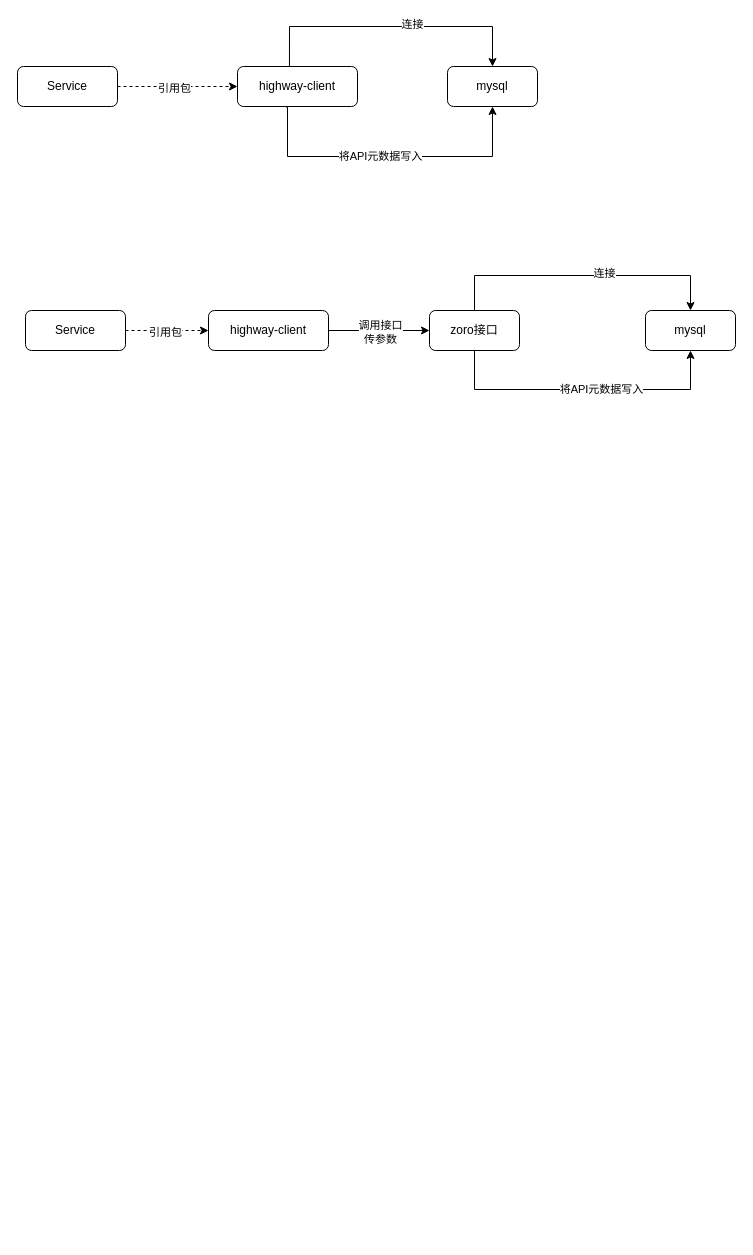
This is highway-client-old.drawio from gitcodeporter/draw-uml, a draw.io file, before an edit. Source tidied: cells renumbered, new cells numbered last; positions are measured from the earlier drawing's top-left corner, leaving out a move shared by most shapes. Both pictures are drawn from the tidied source at 100%, with x=0, y=0 at pixel (17, 26).
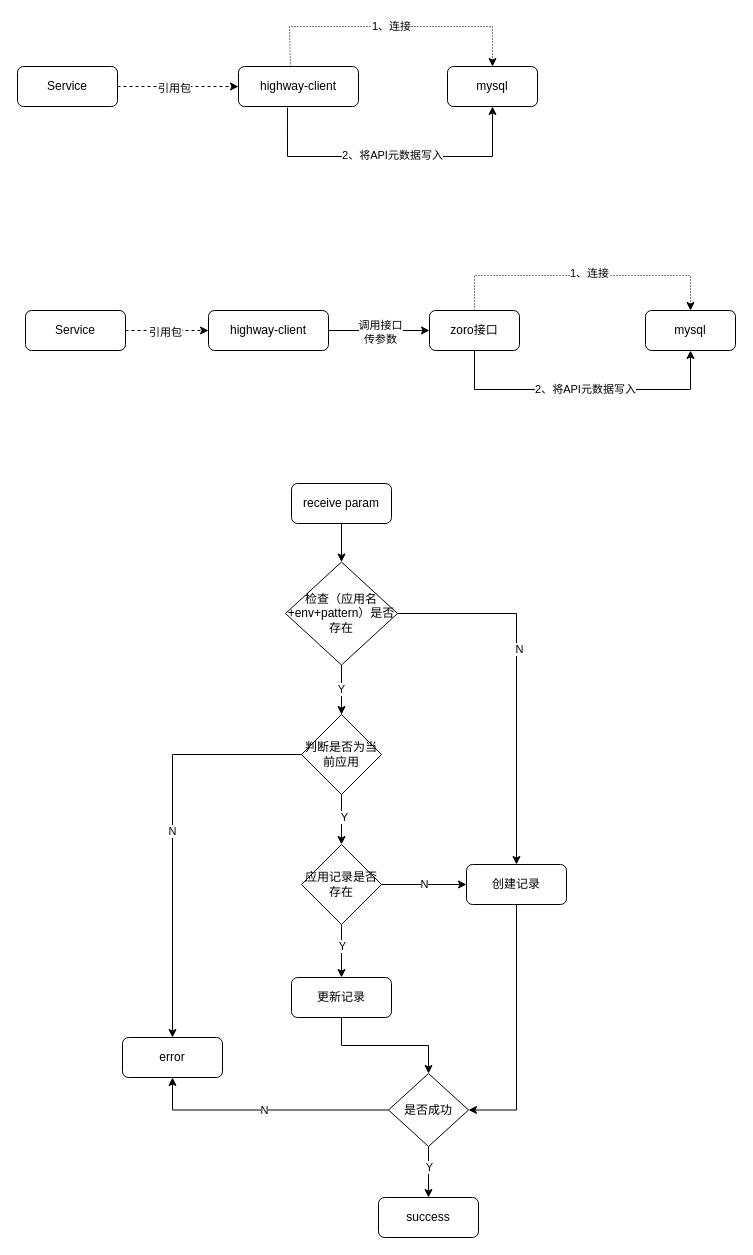
After the change.

Unchanged cells that the change refers to:
```xml
<mxCell id="7" style="edgeStyle=orthogonalEdgeStyle;rounded=0;jettySize=auto;html=1;entryX=0.5;entryY=1;entryDx=0;entryDy=0;exitX=0.408;exitY=1.025;exitDx=0;exitDy=0;exitPerimeter=0;endSize=6;" parent="1" edge="1" source="9" target="10">
  <mxGeometry relative="1" as="geometry">
    <Array as="points">
      <mxPoint x="270" y="81" />
      <mxPoint x="270" y="130" />
      <mxPoint x="475" y="130" />
    </Array>
  </mxGeometry>
</mxCell>
<mxCell id="10" value="mysql" style="rounded=1;whiteSpace=wrap;html=1;fontSize=12;glass=0;strokeWidth=1;shadow=0;" parent="1" vertex="1">
  <mxGeometry x="430" y="40" width="90" height="40" as="geometry" />
</mxCell>
<mxCell id="16" style="edgeStyle=orthogonalEdgeStyle;rounded=0;jettySize=auto;html=1;entryX=0.5;entryY=1;entryDx=0;entryDy=0;exitX=0.5;exitY=1;exitDx=0;exitDy=0;endSize=6;" parent="1" edge="1" source="22" target="21">
  <mxGeometry relative="1" as="geometry">
    <Array as="points">
      <mxPoint x="457" y="363" />
      <mxPoint x="673" y="363" />
    </Array>
  </mxGeometry>
</mxCell>
<mxCell id="21" value="mysql" style="rounded=1;whiteSpace=wrap;html=1;fontSize=12;glass=0;strokeWidth=1;shadow=0;" parent="1" vertex="1">
  <mxGeometry x="628" y="284" width="90" height="40" as="geometry" />
</mxCell>
<mxCell id="22" value="zoro接口" style="rounded=1;whiteSpace=wrap;html=1;fontSize=12;glass=0;strokeWidth=1;shadow=0;" parent="1" vertex="1">
  <mxGeometry x="412" y="284" width="90" height="40" as="geometry" />
</mxCell>
```

What changed in the source:
```diff
@@
-    <mxCell id="5" style="edgeStyle=orthogonalEdgeStyle;rounded=0;jettySize=auto;html=1;entryX=0.5;entryY=0;entryDx=0;entryDy=0;exitX=0.433;exitY=0;exitDx=0;exitDy=0;exitPerimeter=0;" parent="1" edge="1" source="9" target="10">
+    <mxCell id="5" value="1、连接" style="edgeStyle=orthogonalEdgeStyle;rounded=0;jettySize=auto;html=1;entryX=0.5;entryY=0;entryDx=0;entryDy=0;exitX=0.433;exitY=0;exitDx=0;exitDy=0;exitPerimeter=0;dashed=1;dashPattern=1 2;" parent="1" edge="1" source="9" target="10">
       <mxGeometry relative="1" as="geometry">
         <Array as="points">
           <mxPoint x="272" />
           <mxPoint x="475" />
         </Array>
       </mxGeometry>
     </mxCell>
-    <mxCell id="6" value="连接" style="edgeLabel;html=1;align=center;verticalAlign=middle;" parent="5" vertex="1">
-      <mxGeometry x="0.15" y="3" relative="1" as="geometry" />
-    </mxCell>
@@
-    <mxCell id="8" value="将API元数据写入" style="edgeLabel;html=1;align=center;verticalAlign=middle;" parent="7" vertex="1">
+    <mxCell id="8" value="2、将API元数据写入" style="edgeLabel;html=1;align=center;verticalAlign=middle;" parent="7" vertex="1">
       <mxGeometry x="-0.44" y="1" relative="1" as="geometry">
-        <mxPoint x="58" as="offset" />
+        <mxPoint x="69" y="-1" as="offset" />
       </mxGeometry>
     </mxCell>
     <mxCell id="9" value="highway-client" style="rounded=1;whiteSpace=wrap;html=1;fontSize=12;glass=0;strokeWidth=1;shadow=0;" parent="1" vertex="1">
-      <mxGeometry x="220" y="40" width="120" height="40" as="geometry" />
+      <mxGeometry x="221" y="40" width="120" height="40" as="geometry" />
     </mxCell>
@@
-    <mxCell id="14" style="edgeStyle=orthogonalEdgeStyle;rounded=0;jettySize=auto;html=1;entryX=0.5;entryY=0;entryDx=0;entryDy=0;exitX=0.5;exitY=0;exitDx=0;exitDy=0;" parent="1" edge="1" source="22" target="21">
+    <mxCell id="14" style="edgeStyle=orthogonalEdgeStyle;rounded=0;jettySize=auto;html=1;entryX=0.5;entryY=0;entryDx=0;entryDy=0;exitX=0.5;exitY=0;exitDx=0;exitDy=0;dashed=1;dashPattern=1 2;" parent="1" edge="1" source="22" target="21">
       <mxGeometry relative="1" as="geometry">
         <Array as="points">
           <mxPoint x="457" y="249" />
           <mxPoint x="673" y="249" />
         </Array>
       </mxGeometry>
     </mxCell>
-    <mxCell id="15" value="连接" style="edgeLabel;html=1;align=center;verticalAlign=middle;" parent="14" vertex="1">
-      <mxGeometry x="0.15" y="3" relative="1" as="geometry" />
+    <mxCell id="15" value="1、连接" style="edgeLabel;html=1;align=center;verticalAlign=middle;" parent="14" vertex="1">
+      <mxGeometry x="0.15" y="3" relative="1" as="geometry">
+        <mxPoint x="-15" as="offset" />
+      </mxGeometry>
     </mxCell>
@@
-    <mxCell id="17" value="将API元数据写入" style="edgeLabel;html=1;align=center;verticalAlign=middle;rotation=0;" parent="16" vertex="1">
+    <mxCell id="17" value="2、将API元数据写入" style="edgeLabel;html=1;align=center;verticalAlign=middle;rotation=0;" parent="16" vertex="1">
       <mxGeometry x="-0.44" y="1" relative="1" as="geometry">
-        <mxPoint x="83" as="offset" />
+        <mxPoint x="67" as="offset" />
       </mxGeometry>
     </mxCell>
@@
+    <mxCell id="23" style="edgeStyle=orthogonalEdgeStyle;rounded=0;jettySize=auto;html=1;exitX=0.5;exitY=1;exitDx=0;exitDy=0;entryX=0.5;entryY=0;entryDx=0;entryDy=0;endSize=6;" parent="1" edge="1" source="24" target="29">
+      <mxGeometry relative="1" as="geometry" />
+    </mxCell>
+    <mxCell id="24" value="receive param" style="rounded=1;whiteSpace=wrap;html=1;fontSize=12;glass=0;strokeWidth=1;shadow=0;" parent="1" vertex="1">
+      <mxGeometry x="274" y="457" width="100" height="40" as="geometry" />
+    </mxCell>
+    <mxCell id="25" style="edgeStyle=orthogonalEdgeStyle;rounded=0;jettySize=auto;html=1;endSize=6;" parent="1" edge="1" source="29" target="34">
+      <mxGeometry relative="1" as="geometry" />
+    </mxCell>
+    <mxCell id="26" value="Y" style="edgeLabel;html=1;align=center;verticalAlign=middle;" parent="25" vertex="1">
+      <mxGeometry x="-0.05" y="-1" relative="1" as="geometry" />
+    </mxCell>
+    <mxCell id="27" style="edgeStyle=orthogonalEdgeStyle;rounded=0;jettySize=auto;html=1;endSize=6;" parent="1" edge="1" source="29" target="40">
+      <mxGeometry relative="1" as="geometry" />
+    </mxCell>
+    <mxCell id="28" value="N" style="edgeLabel;html=1;align=center;verticalAlign=middle;" parent="27" vertex="1">
+      <mxGeometry x="-0.17" y="2" relative="1" as="geometry" />
+    </mxCell>
+    <mxCell id="29" value="检查（应用名+env+pattern）是否存在" style="rhombus;whiteSpace=wrap;html=1;" parent="1" vertex="1">
+      <mxGeometry x="268" y="535.5" width="112" height="103" as="geometry" />
+    </mxCell>
+    <mxCell id="30" value="error" style="rounded=1;whiteSpace=wrap;html=1;fontSize=12;glass=0;strokeWidth=1;shadow=0;" parent="1" vertex="1">
+      <mxGeometry x="105" y="1011" width="100" height="40" as="geometry" />
+    </mxCell>
+    <mxCell id="31" style="edgeStyle=orthogonalEdgeStyle;rounded=0;jettySize=auto;html=1;exitX=0.5;exitY=1;exitDx=0;exitDy=0;entryX=0.5;entryY=0;entryDx=0;entryDy=0;endSize=6;" parent="1" edge="1" source="34" target="38">
+      <mxGeometry relative="1" as="geometry" />
+    </mxCell>
+    <mxCell id="32" value="Y" style="edgeLabel;html=1;align=center;verticalAlign=middle;" parent="31" vertex="1">
+      <mxGeometry x="-0.12" y="2" relative="1" as="geometry" />
+    </mxCell>
+    <mxCell id="33" value="N" style="edgeStyle=orthogonalEdgeStyle;rounded=0;jettySize=auto;html=1;entryX=0.5;entryY=0;entryDx=0;entryDy=0;endSize=6;" parent="1" edge="1" source="34" target="30">
+      <mxGeometry relative="1" as="geometry" />
+    </mxCell>
+    <mxCell id="34" value="判断是否为当前应用" style="rhombus;whiteSpace=wrap;html=1;" parent="1" vertex="1">
+      <mxGeometry x="284" y="688" width="80" height="80" as="geometry" />
+    </mxCell>
+    <mxCell id="35" value="N" style="edgeStyle=orthogonalEdgeStyle;rounded=0;jettySize=auto;html=1;exitX=1;exitY=0.5;exitDx=0;exitDy=0;entryX=0;entryY=0.5;entryDx=0;entryDy=0;endSize=6;" parent="1" edge="1" source="38" target="40">
+      <mxGeometry relative="1" as="geometry" />
+    </mxCell>
+    <mxCell id="36" style="edgeStyle=orthogonalEdgeStyle;rounded=0;jettySize=auto;html=1;exitX=0.5;exitY=1;exitDx=0;exitDy=0;endSize=6;" parent="1" edge="1" source="38" target="42">
+      <mxGeometry relative="1" as="geometry" />
+    </mxCell>
+    <mxCell id="37" value="Y" style="edgeLabel;html=1;align=center;verticalAlign=middle;" parent="36" vertex="1">
+      <mxGeometry x="-0.21" relative="1" as="geometry" />
+    </mxCell>
+    <mxCell id="38" value="应用记录是否存在" style="rhombus;whiteSpace=wrap;html=1;" parent="1" vertex="1">
+      <mxGeometry x="284" y="818" width="80" height="80" as="geometry" />
+    </mxCell>
+    <mxCell id="39" style="edgeStyle=orthogonalEdgeStyle;rounded=0;jettySize=auto;html=1;entryX=1;entryY=0.5;entryDx=0;entryDy=0;endSize=6;" parent="1" edge="1" source="40" target="46">
+      <mxGeometry relative="1" as="geometry" />
+    </mxCell>
+    <mxCell id="40" value="创建记录" style="rounded=1;whiteSpace=wrap;html=1;fontSize=12;glass=0;strokeWidth=1;shadow=0;" parent="1" vertex="1">
+      <mxGeometry x="449" y="838" width="100" height="40" as="geometry" />
+    </mxCell>
+    <mxCell id="41" style="edgeStyle=orthogonalEdgeStyle;rounded=0;jettySize=auto;html=1;exitX=0.5;exitY=1;exitDx=0;exitDy=0;entryX=0.5;entryY=0;entryDx=0;entryDy=0;endSize=6;" parent="1" edge="1" source="42" target="46">
+      <mxGeometry relative="1" as="geometry" />
+    </mxCell>
+    <mxCell id="42" value="更新记录" style="rounded=1;whiteSpace=wrap;html=1;fontSize=12;glass=0;strokeWidth=1;shadow=0;" parent="1" vertex="1">
+      <mxGeometry x="274" y="951" width="100" height="40" as="geometry" />
+    </mxCell>
+    <mxCell id="43" style="edgeStyle=orthogonalEdgeStyle;rounded=0;jettySize=auto;html=1;entryX=0.5;entryY=0;entryDx=0;entryDy=0;endSize=6;" parent="1" edge="1" source="46" target="47">
+      <mxGeometry relative="1" as="geometry" />
+    </mxCell>
+    <mxCell id="44" value="Y" style="edgeLabel;html=1;align=center;verticalAlign=middle;" parent="43" vertex="1">
+      <mxGeometry x="-0.21" relative="1" as="geometry" />
+    </mxCell>
+    <mxCell id="45" value="N" style="edgeStyle=orthogonalEdgeStyle;rounded=0;jettySize=auto;html=1;entryX=0.5;entryY=1;entryDx=0;entryDy=0;endSize=6;" parent="1" edge="1" source="46" target="30">
+      <mxGeometry relative="1" as="geometry" />
+    </mxCell>
+    <mxCell id="46" value="是否成功" style="rhombus;whiteSpace=wrap;html=1;" parent="1" vertex="1">
+      <mxGeometry x="371" y="1047" width="80" height="73" as="geometry" />
+    </mxCell>
+    <mxCell id="47" value="success" style="rounded=1;whiteSpace=wrap;html=1;fontSize=12;glass=0;strokeWidth=1;shadow=0;" parent="1" vertex="1">
+      <mxGeometry x="361" y="1171" width="100" height="40" as="geometry" />
+    </mxCell>
```
